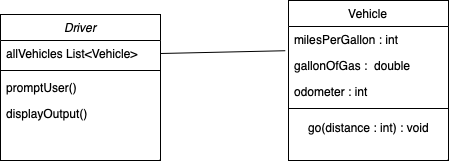
Earlier version of the draw.io export Untitled Diagram.drawio.png (npnguyen36/Vehicle2023mvm). Source tidied: cells renumbered, new cells last; positions are measured from the earlier drawing's top-left corner, leaving out a move shared by most shapes.
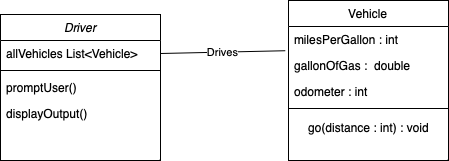
Above is the later version.

What changed in the source:
```diff
@@ -35,7 +35,7 @@
     <mxCell id="12" value="go(distance : int) : void" style="text;html=1;align=center;verticalAlign=middle;strokeColor=none;fillColor=none;" parent="7" vertex="1">
       <mxGeometry y="112" width="160" height="30" as="geometry" />
     </mxCell>
-    <mxCell id="13" style="endArrow=none;html=1;rounded=0;entryX=-0.02;entryY=-0.068;entryDx=0;entryDy=0;exitX=1;exitY=0.5;exitDx=0;exitDy=0;entryPerimeter=0;" parent="1" edge="1" source="3" target="9">
+    <mxCell id="13" value="Drives" style="endArrow=none;html=1;rounded=0;entryX=-0.02;entryY=-0.068;entryDx=0;entryDy=0;exitX=1;exitY=0.5;exitDx=0;exitDy=0;entryPerimeter=0;" parent="1" edge="1" source="3" target="9">
       <mxGeometry relative="1" as="geometry" />
     </mxCell>
   </root>
```
